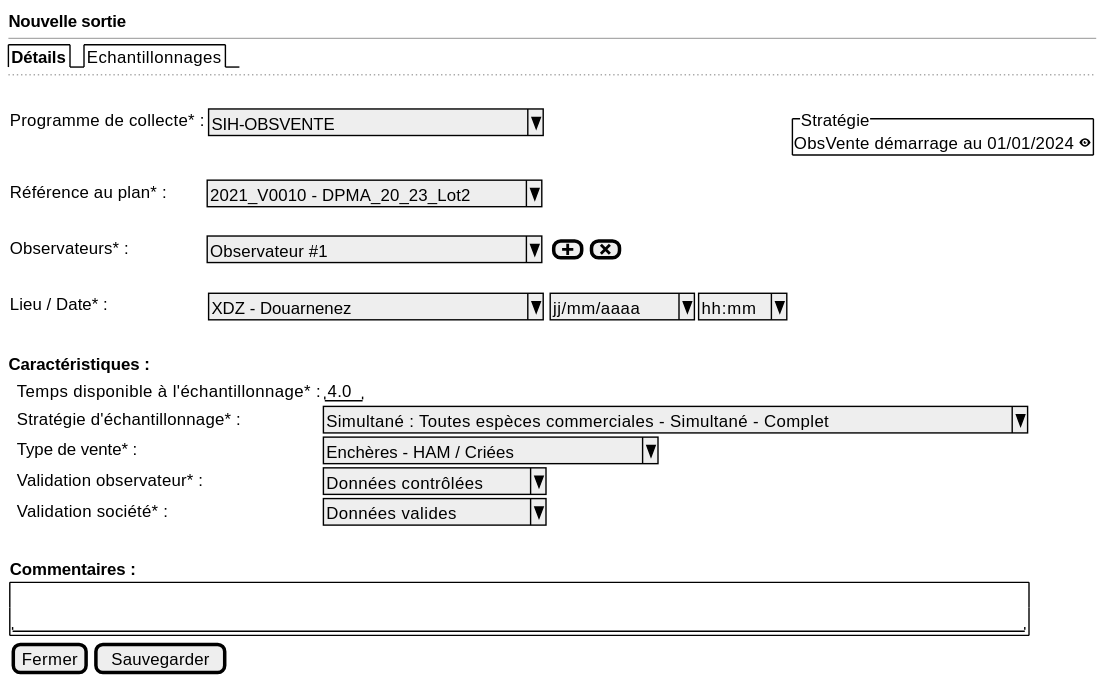
This is projects/obsvente/spe/images/observed-location-new.svg from sumaris-net/sumaris-doc, a PlantUML export, as it was before one commit.
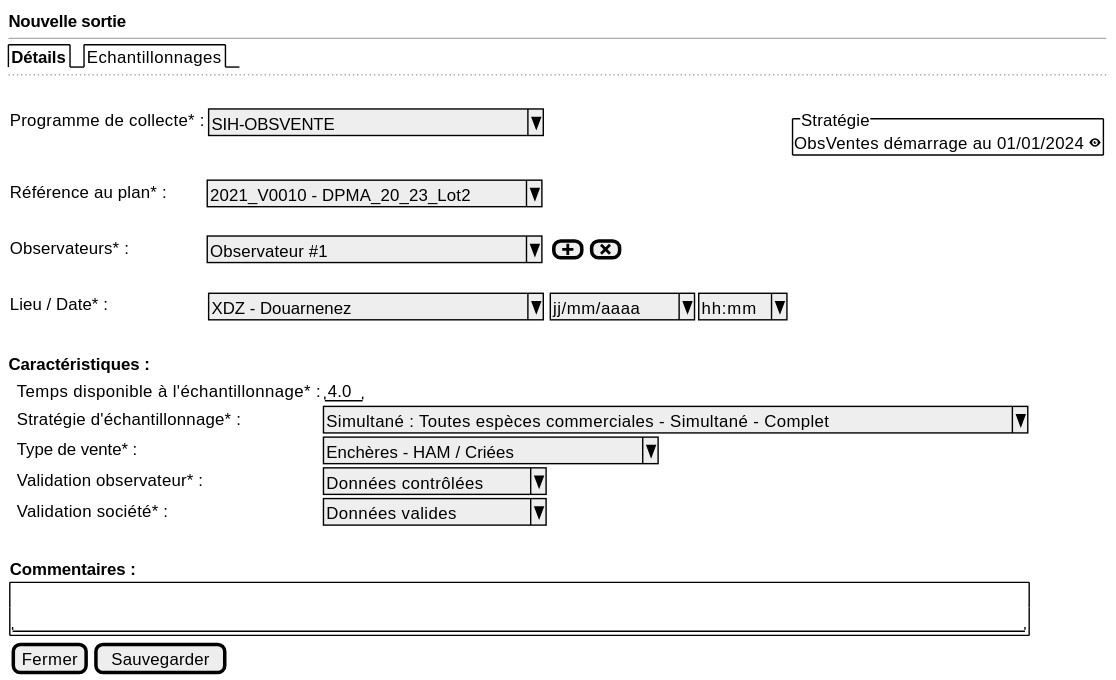
After the commit.

Diff of the diagram source:
```diff
@@ -8,7 +8,7 @@
   {
 
       Programme de collecte* :    | { ^SIH-OBSVENTE                ^ } | * | {^"Stratégie"
-                                                                                              ObsVente démarrage au 01/01/2024 <&eye> }
+                                                                                              ObsVentes démarrage au 01/01/2024 <&eye> }
 
       Référence au plan* : | ^2021_V0010 - DPMA_20_23_Lot2^
       .
```
